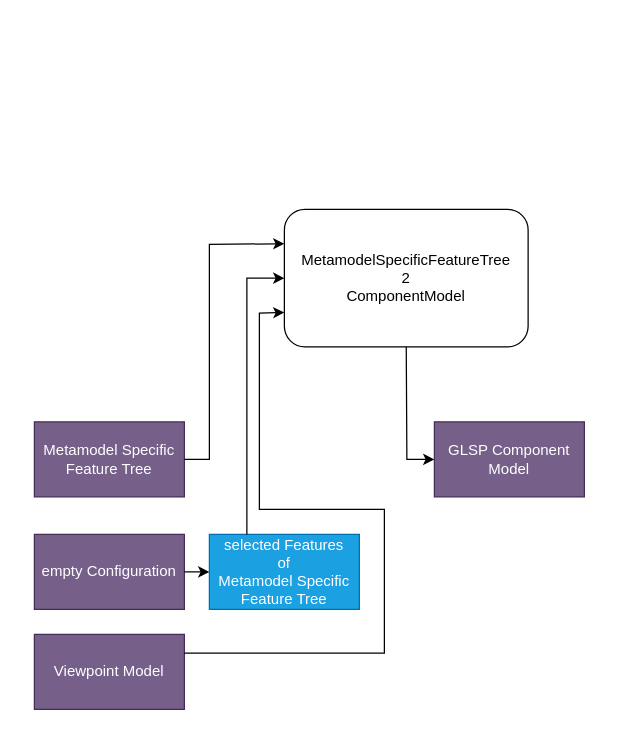
Before: page "Seite-5" (5 of 7) of diagrams/componentDiagram.drawio in Botchi24/glsp, a draw.io diagram. Source tidied: cells renumbered, new cells numbered last; positions are measured from the earlier drawing's top-left corner, leaving out a move shared by most shapes. Both pictures are drawn from the tidied source at 125%, with x=0, y=0 at pixel (34, 209).
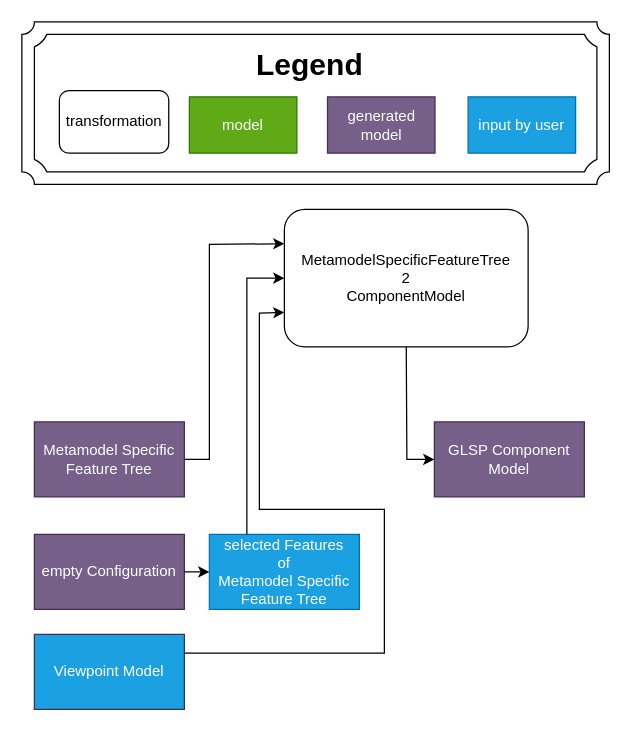
After the change.

Change to the diagram source:
```diff
@@
-    <mxCell id="11" value="Viewpoint Model" style="rounded=0;whiteSpace=wrap;html=1;fillColor=#76608a;fontColor=#ffffff;strokeColor=#432D57;" parent="1" vertex="1">
+    <mxCell id="11" value="Viewpoint Model" style="rounded=0;whiteSpace=wrap;html=1;fillColor=#1ba1e2;fontColor=#ffffff;strokeColor=#432D57;" parent="1" vertex="1">
       <mxGeometry y="340" width="120" height="60" as="geometry" />
     </mxCell>
@@
+    <mxCell id="13" style="verticalLabelPosition=bottom;verticalAlign=top;html=1;shape=mxgraph.basic.plaque_frame;dx=10;whiteSpace=wrap;" parent="1" vertex="1">
+      <mxGeometry x="-10" y="-150" width="470" height="130" as="geometry" />
+    </mxCell>
+    <mxCell id="14" value="transformation" style="rounded=1;whiteSpace=wrap;html=1;" parent="1" vertex="1">
+      <mxGeometry x="20" y="-95" width="87.5" height="50" as="geometry" />
+    </mxCell>
+    <mxCell id="15" value="model" style="rounded=0;whiteSpace=wrap;html=1;fillColor=#60a917;fontColor=#ffffff;strokeColor=#2D7600;" parent="1" vertex="1">
+      <mxGeometry x="124" y="-90" width="86" height="45" as="geometry" />
+    </mxCell>
+    <mxCell id="16" value="generated model" style="rounded=0;whiteSpace=wrap;html=1;fillColor=#76608a;fontColor=#ffffff;strokeColor=#432D57;" parent="1" vertex="1">
+      <mxGeometry x="234.5" y="-90" width="86" height="45" as="geometry" />
+    </mxCell>
+    <mxCell id="17" value="input by user" style="rounded=0;whiteSpace=wrap;html=1;fillColor=#1ba1e2;fontColor=#ffffff;strokeColor=#006EAF;" parent="1" vertex="1">
+      <mxGeometry x="347" y="-90" width="86" height="45" as="geometry" />
+    </mxCell>
+    <mxCell id="18" value="Legend" style="text;strokeColor=none;fillColor=none;html=1;fontSize=24;fontStyle=1;verticalAlign=middle;align=center;" parent="1" vertex="1">
+      <mxGeometry x="170" y="-135" width="100" height="40" as="geometry" />
+    </mxCell>
```
